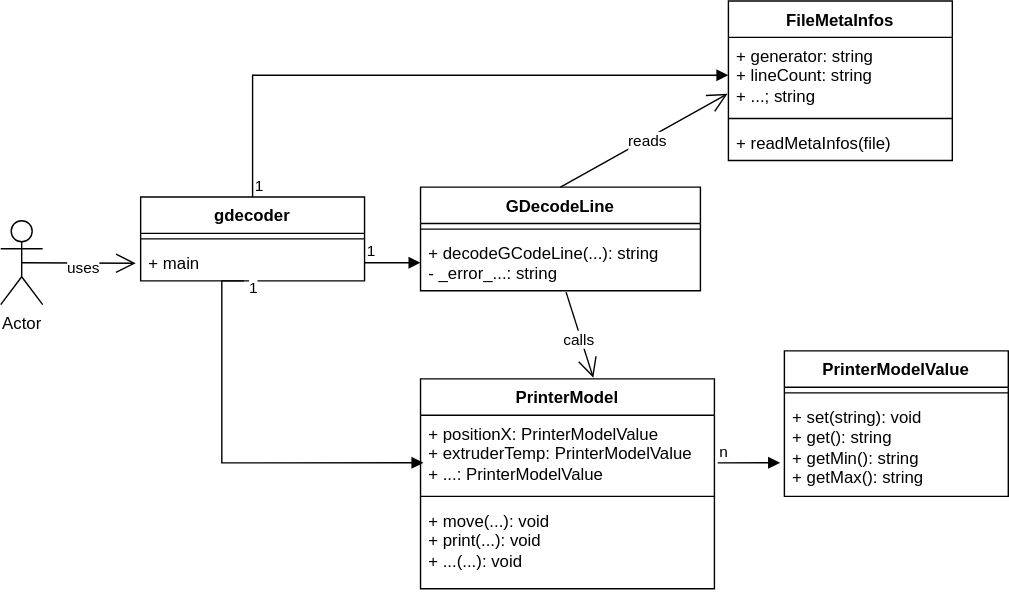
Before: UML.drawio.svg, a diagram exported from draw.io (ulflulfl/gdecoder). Source tidied: cells renumbered, new cells last; positions are measured from the earlier drawing's top-left corner, leaving out a move shared by most shapes.
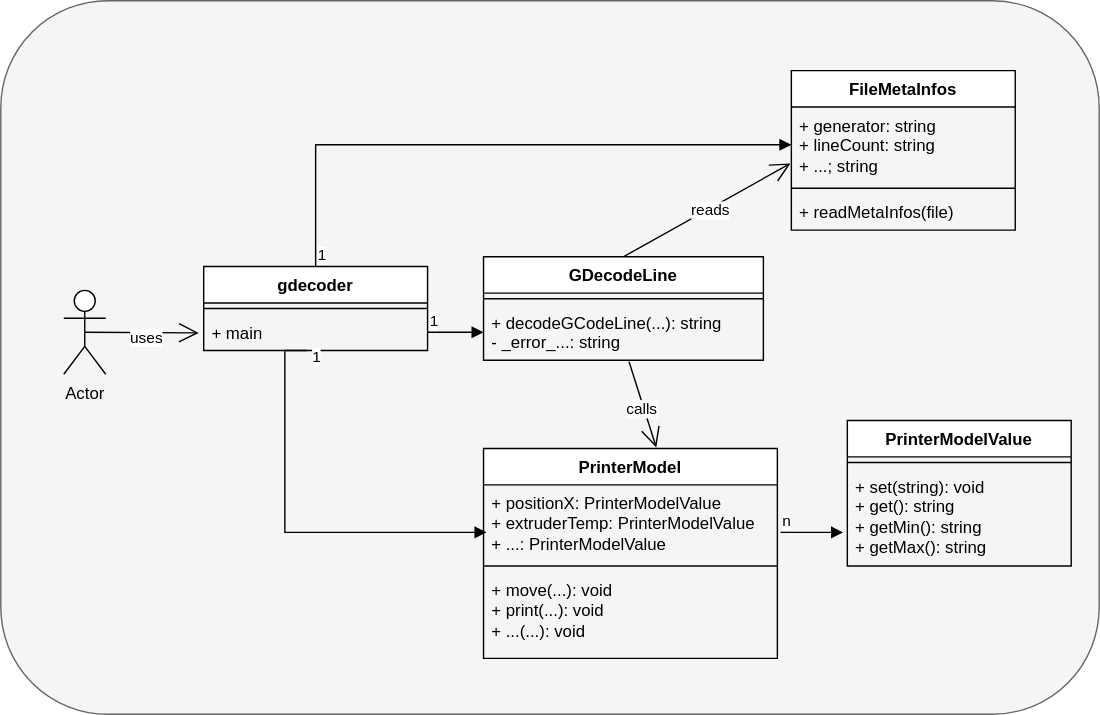
Above is the later version.

Commit message:
add a grey background to UML drawio

Change to the diagram source:
```diff
@@ -2,6 +2,9 @@
   <root>
     <mxCell id="0" />
     <mxCell id="1" parent="0" />
+    <mxCell id="34" style="rounded=1;whiteSpace=wrap;html=1;fillColor=#f5f5f5;fontColor=#333333;strokeColor=#666666;" parent="1" vertex="1">
+      <mxGeometry x="-45" y="-50" width="785" height="510" as="geometry" />
+    </mxCell>
     <mxCell id="2" value="gdecoder" style="swimlane;fontStyle=1;align=center;verticalAlign=top;horizontal=1;startSize=26;whiteSpace=wrap;html=1;" parent="1" vertex="1">
       <mxGeometry x="100" y="140" width="160" height="60" as="geometry" />
     </mxCell>
```
